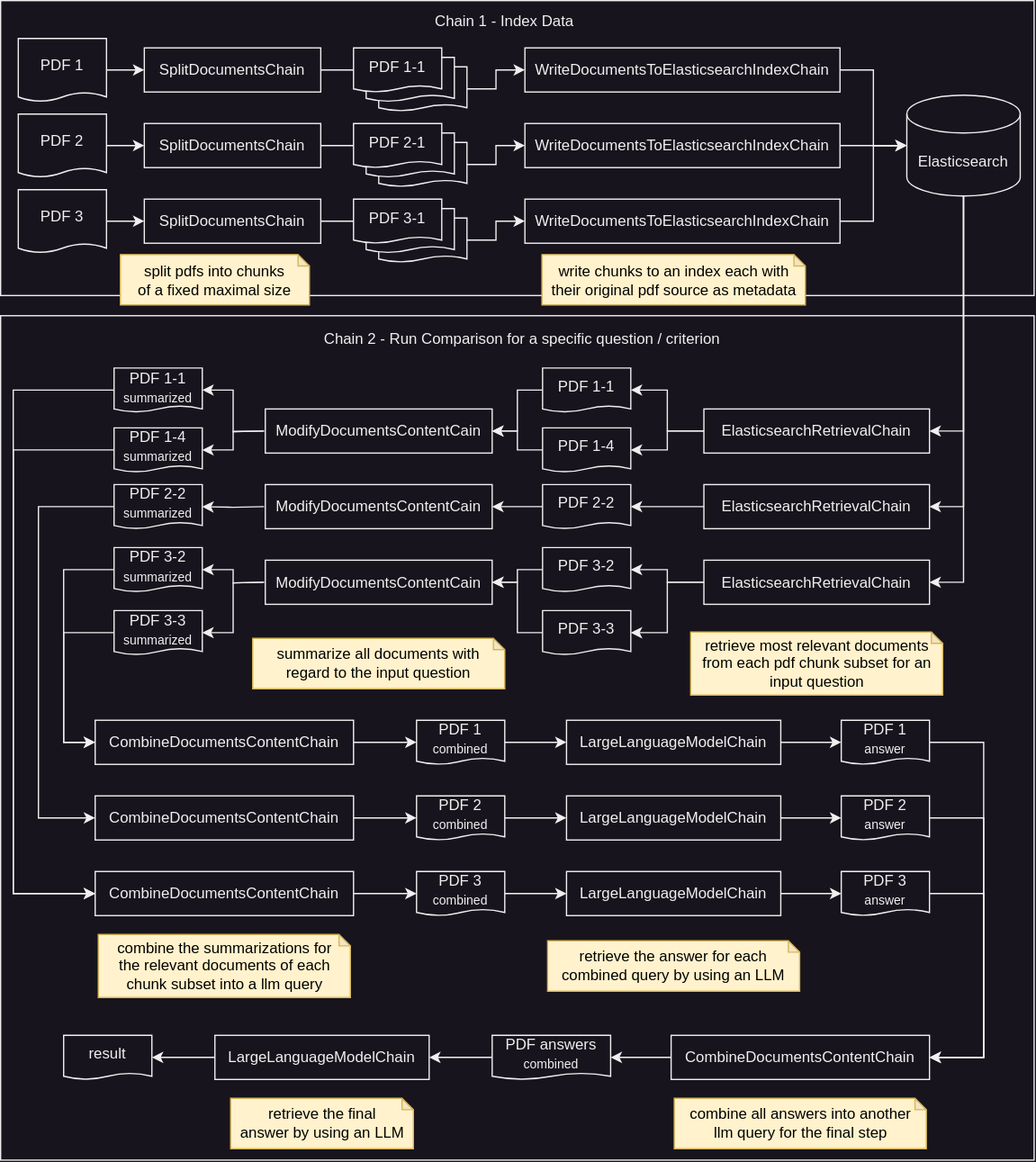
cupybara/java-langchains keeps this draw.io diagram as misc/drawio/docment-comparison.svg. Above is the earlier version. Source tidied: cells renumbered, new cells last; positions are measured from the earlier drawing's top-left corner, leaving out a move shared by most shapes.
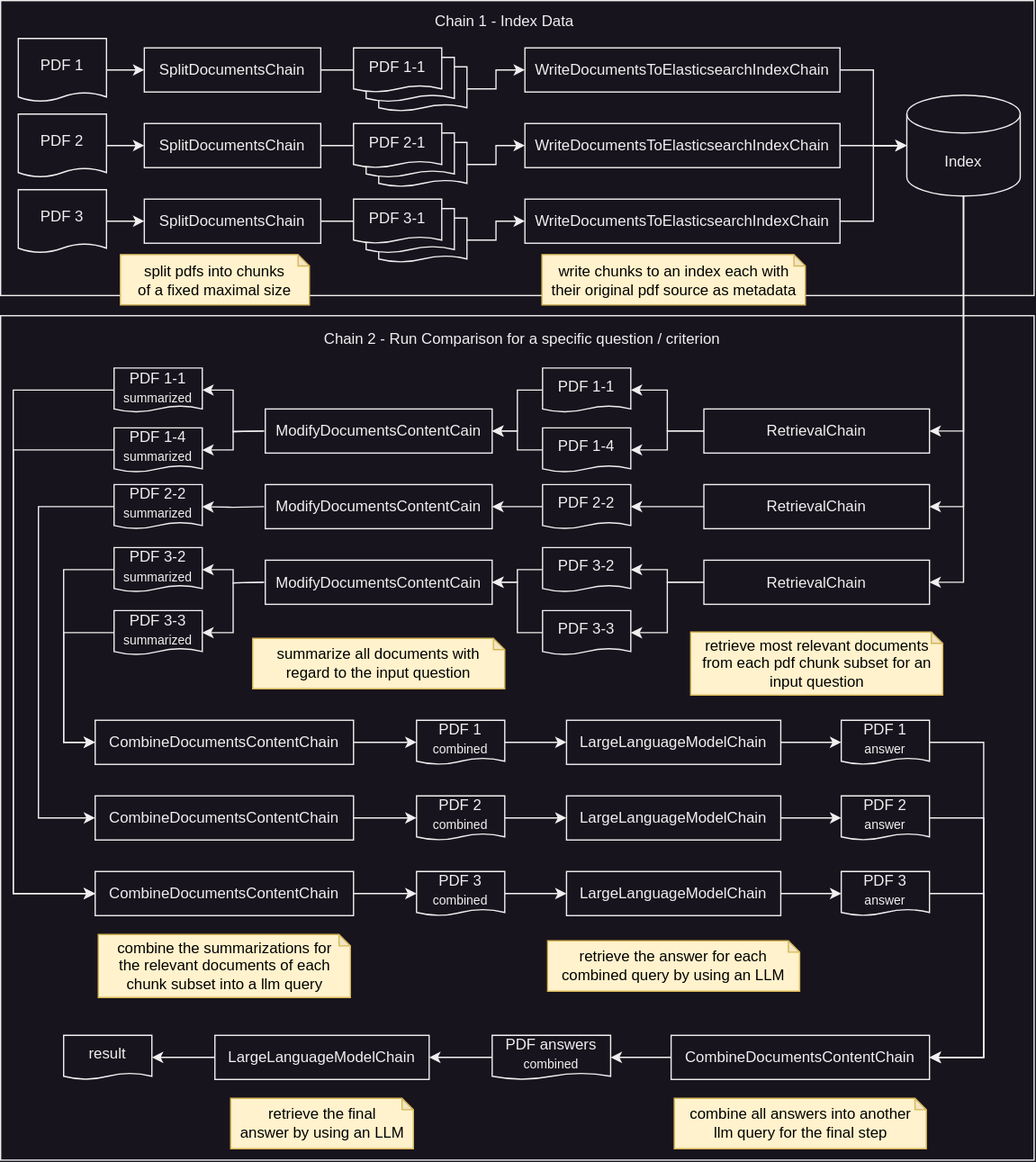
After the commit.

Commit message:
generalized elasticsearch to index in document comparison diagram

Diff of the diagram source:
```diff
@@ -77,7 +77,7 @@
     <mxCell id="24" style="edgeStyle=orthogonalEdgeStyle;rounded=0;jettySize=auto;html=1;entryX=1;entryY=0.5;entryDx=0;entryDy=0;" parent="1" edge="1" source="25" target="50">
       <mxGeometry relative="1" as="geometry" />
     </mxCell>
-    <mxCell id="25" value="Elasticsearch" style="shape=cylinder3;whiteSpace=wrap;html=1;boundedLbl=1;backgroundOutline=1;size=15;" parent="1" vertex="1">
+    <mxCell id="25" value="Index" style="shape=cylinder3;whiteSpace=wrap;html=1;boundedLbl=1;backgroundOutline=1;size=15;" parent="1" vertex="1">
       <mxGeometry x="719" y="75" width="90" height="80" as="geometry" />
     </mxCell>
     <mxCell id="26" style="group;" parent="1" vertex="1">
@@ -137,13 +137,13 @@
     <mxCell id="44" style="edgeStyle=orthogonalEdgeStyle;rounded=0;jettySize=auto;html=1;entryX=1;entryY=0.5;entryDx=0;entryDy=0;" parent="1" edge="1" source="45" target="52">
       <mxGeometry relative="1" as="geometry" />
     </mxCell>
-    <mxCell id="45" value="ElasticsearchRetrievalChain" style="rounded=0;whiteSpace=wrap;html=1;" parent="1" vertex="1">
+    <mxCell id="45" value="RetrievalChain" style="rounded=0;whiteSpace=wrap;html=1;" parent="1" vertex="1">
       <mxGeometry x="558" y="324" width="179" height="35" as="geometry" />
     </mxCell>
     <mxCell id="46" style="edgeStyle=orthogonalEdgeStyle;rounded=0;jettySize=auto;html=1;entryX=1;entryY=0.5;entryDx=0;entryDy=0;" parent="1" edge="1" source="47" target="54">
       <mxGeometry relative="1" as="geometry" />
     </mxCell>
-    <mxCell id="47" value="ElasticsearchRetrievalChain" style="rounded=0;whiteSpace=wrap;html=1;" parent="1" vertex="1">
+    <mxCell id="47" value="RetrievalChain" style="rounded=0;whiteSpace=wrap;html=1;" parent="1" vertex="1">
       <mxGeometry x="558" y="384" width="179" height="35" as="geometry" />
     </mxCell>
     <mxCell id="48" style="edgeStyle=orthogonalEdgeStyle;rounded=0;jettySize=auto;html=1;entryX=1;entryY=0.5;entryDx=0;entryDy=0;" parent="1" edge="1" source="50" target="56">
@@ -152,7 +152,7 @@
     <mxCell id="49" style="edgeStyle=orthogonalEdgeStyle;rounded=0;jettySize=auto;html=1;entryX=1;entryY=0.5;entryDx=0;entryDy=0;" parent="1" edge="1" source="50" target="58">
       <mxGeometry relative="1" as="geometry" />
     </mxCell>
-    <mxCell id="50" value="ElasticsearchRetrievalChain" style="rounded=0;whiteSpace=wrap;html=1;" parent="1" vertex="1">
+    <mxCell id="50" value="RetrievalChain" style="rounded=0;whiteSpace=wrap;html=1;" parent="1" vertex="1">
       <mxGeometry x="558" y="444" width="179" height="35" as="geometry" />
     </mxCell>
     <mxCell id="51" style="edgeStyle=orthogonalEdgeStyle;rounded=0;jettySize=auto;html=1;entryX=1;entryY=0.5;entryDx=0;entryDy=0;" parent="1" edge="1" source="52" target="61">
```
